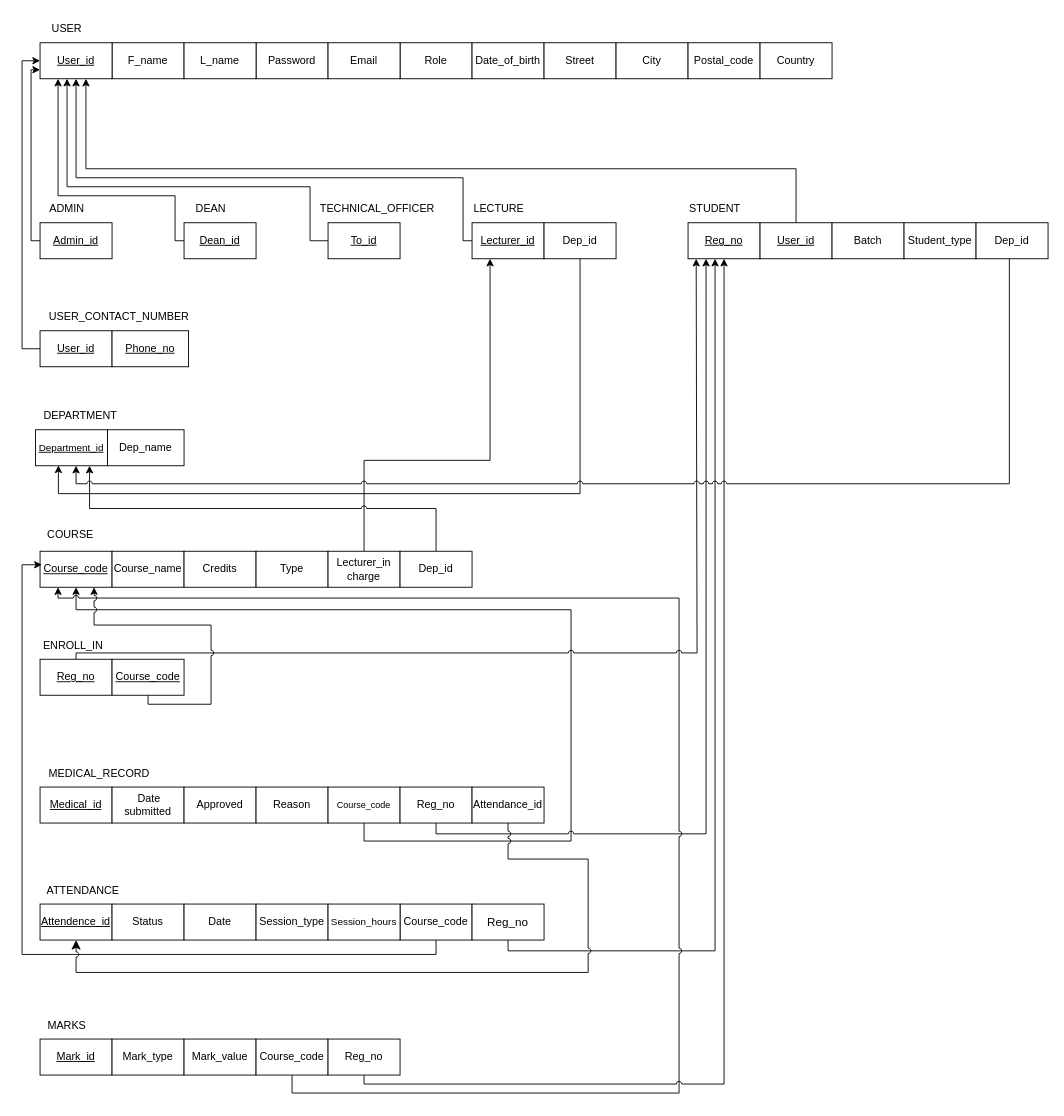
dilusharadeeshan/Student-Management-System keeps this draw.io diagram as page "Page-2" (1 of 2) of Updated EER and Mapping/EER and Mapping.drawio. Above is the earlier version. Source tidied: cells renumbered, new cells numbered last; positions are measured from the earlier drawing's top-left corner, leaving out a move shared by most shapes. Both pictures are drawn from the tidied source at 90%, with x=0, y=0 at pixel (22, 15).
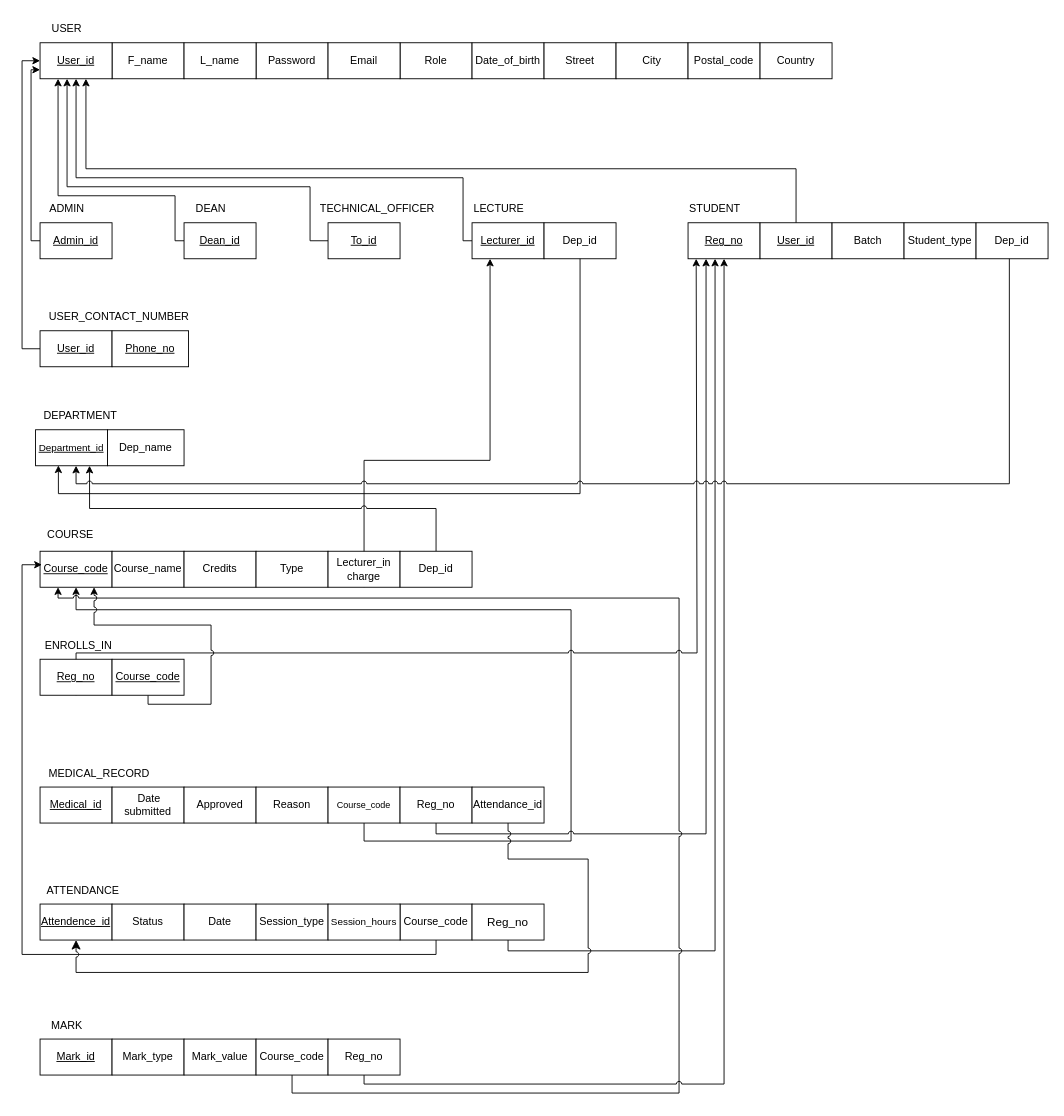
After the change.

Diff of the diagram source:
```diff
@@
-    <mxCell id="68" value="MARKS" style="text;html=1;align=center;verticalAlign=middle;whiteSpace=wrap;rounded=0;" parent="1" vertex="1">
+    <mxCell id="68" value="MARK" style="text;html=1;align=center;verticalAlign=middle;whiteSpace=wrap;rounded=0;" parent="1" vertex="1">
       <mxGeometry x="20" y="1107" width="60" height="30" as="geometry" />
     </mxCell>
@@
-    <mxCell id="73" value="ENROLL_IN" style="text;html=1;align=center;verticalAlign=middle;whiteSpace=wrap;rounded=0;" parent="1" vertex="1">
-      <mxGeometry x="27" y="685" width="60" height="30" as="geometry" />
+    <mxCell id="73" value="ENROLLS_IN" style="text;html=1;align=center;verticalAlign=middle;whiteSpace=wrap;rounded=0;" parent="1" vertex="1">
+      <mxGeometry x="33" y="685" width="60" height="30" as="geometry" />
     </mxCell>
```
